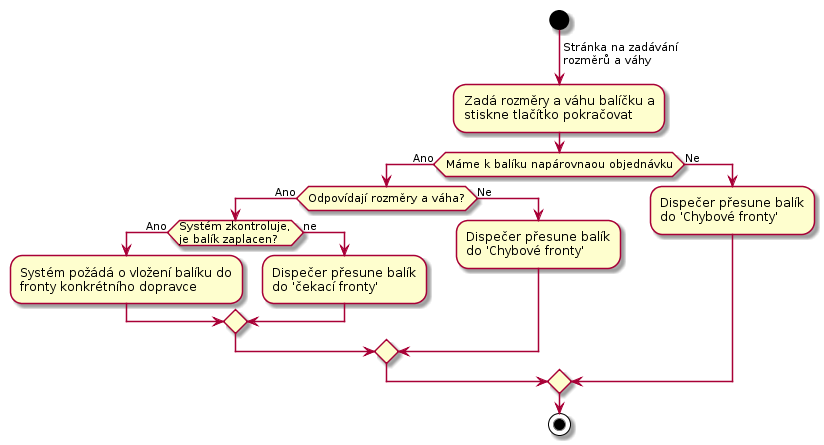
Above: docs/diagrams/out/uc-21-activity-4.png in Internet-Handel/postman (PlantUML), before the change.
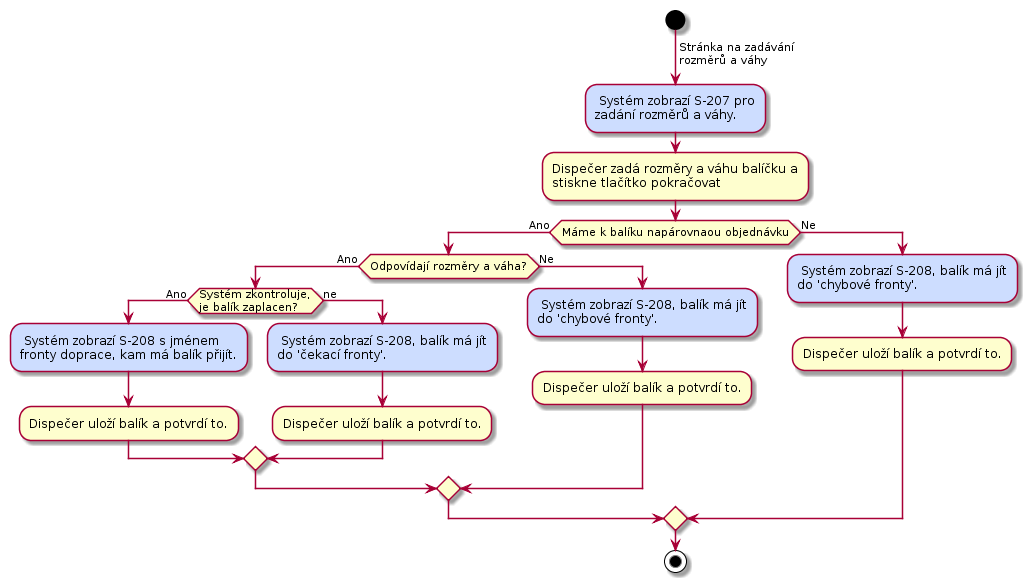
Later version of the same file.

The edit, as a diff of the source:
```diff
@@ -1,26 +1,32 @@
 @startuml
 start
 -> Stránka na zadávání\nrozměrů a váhy;
-:Zadá rozměry a váhu balíčku a
+
+#CDDDFF: Systém zobrazí S-207 pro
+zadání rozměrů a váhy.;
+:Dispečer zadá rozměry a váhu balíčku a
 stiskne tlačítko pokračovat;
 
 if (Máme k balíku napárovnaou objednávku) then (Ano)
-
     if (Odpovídají rozměry a váha?) then (Ano)
         if (Systém zkontroluje,\nje balík zaplacen?) then (Ano)
-            :Systém požádá o vložení balíku do
-            fronty konkrétního dopravce;
+            #CDDDFF: Systém zobrazí S-208 s jménem
+            fronty doprace, kam má balík přijít.;
+            :Dispečer uloží balík a potvrdí to.;
         else (ne)
-            :Dispečer přesune balík
-            do 'čekací fronty';
+            #CDDDFF: Systém zobrazí S-208, balík má jít
+            do 'čekací fronty'.;
+            :Dispečer uloží balík a potvrdí to.;
         endif
     else (Ne)
-        :Dispečer přesune balík
-        do 'Chybové fronty';
+        #CDDDFF: Systém zobrazí S-208, balík má jít
+        do 'chybové fronty'.;
+        :Dispečer uloží balík a potvrdí to.;
     endif
 else (Ne)
-    :Dispečer přesune balík
-    do 'Chybové fronty';
+    #CDDDFF: Systém zobrazí S-208, balík má jít
+    do 'chybové fronty'.;
+    :Dispečer uloží balík a potvrdí to.;
 endif
 
 stop
```
